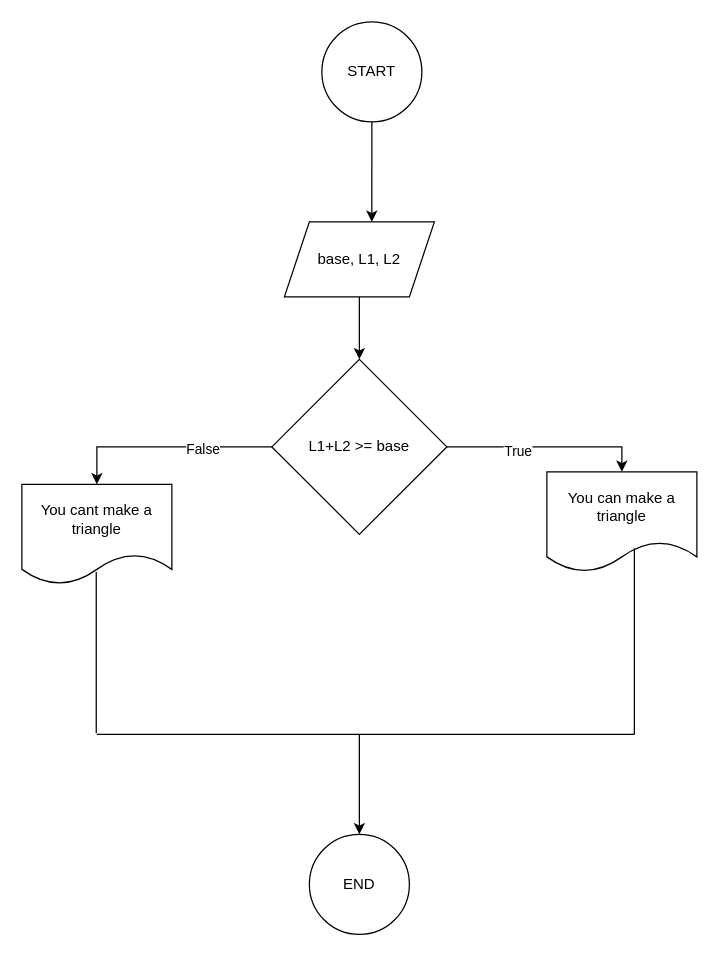
The draw.io diagram triangle.drawio in uthmanigbin/university-work, before the edit. Source tidied: cells renumbered, new cells numbered last; positions are measured from the earlier drawing's top-left corner, leaving out a move shared by most shapes. Both pictures are drawn from the tidied source at 125%, with x=0, y=0 at pixel (21, 21).
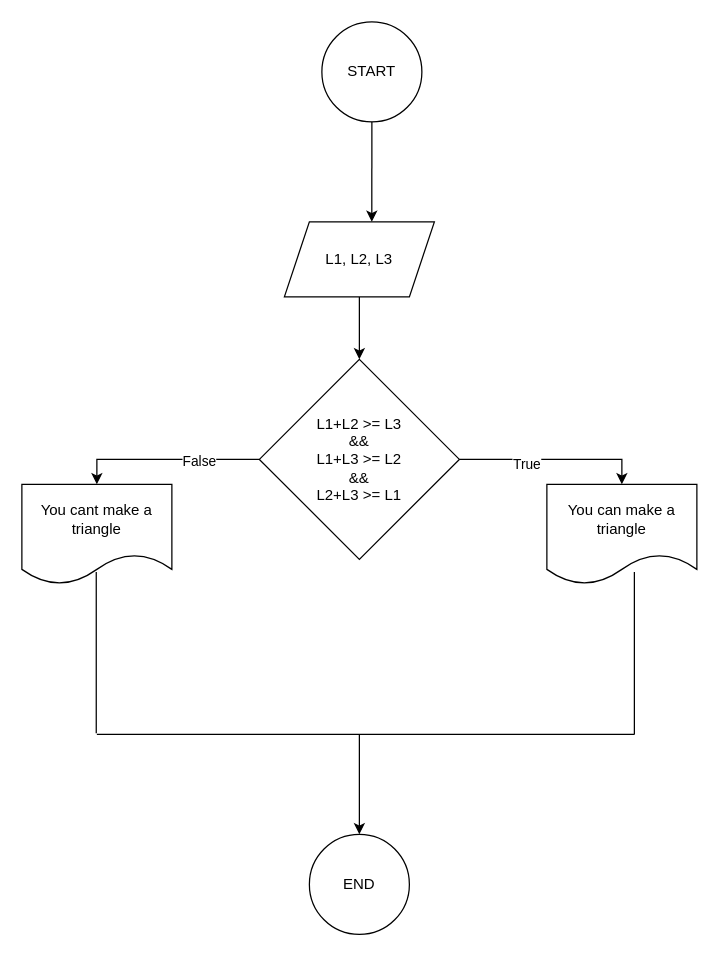
Above is the later version.

What changed in the source:
```diff
@@
-    <mxCell id="4" value="base, L1, L2" style="shape=parallelogram;perimeter=parallelogramPerimeter;whiteSpace=wrap;html=1;fixedSize=1;" parent="1" vertex="1">
+    <mxCell id="4" value="L1, L2, L3" style="shape=parallelogram;perimeter=parallelogramPerimeter;whiteSpace=wrap;html=1;fixedSize=1;" parent="1" vertex="1">
       <mxGeometry x="210" y="160" width="120" height="60" as="geometry" />
     </mxCell>
@@
-    <mxCell id="10" value="L1+L2 &amp;gt;= base" style="rhombus;whiteSpace=wrap;html=1;" parent="1" vertex="1">
-      <mxGeometry x="200" y="270" width="140" height="140" as="geometry" />
+    <mxCell id="10" value="&lt;div&gt;L1+L2 &amp;gt;= L3&lt;/div&gt;&lt;div&gt;&amp;amp;&amp;amp;&lt;/div&gt;&lt;div&gt;L1+L3 &amp;gt;= L2&lt;/div&gt;&lt;div&gt;&amp;amp;&amp;amp;&lt;/div&gt;&lt;div&gt;L2+L3 &amp;gt;= L1&lt;br&gt;&lt;/div&gt;" style="rhombus;whiteSpace=wrap;html=1;" parent="1" vertex="1">
+      <mxGeometry x="190" y="270" width="160" height="160" as="geometry" />
     </mxCell>
     <mxCell id="11" value="You can make a triangle" style="shape=document;whiteSpace=wrap;html=1;boundedLbl=1;" parent="1" vertex="1">
-      <mxGeometry x="420" y="360" width="120" height="80" as="geometry" />
+      <mxGeometry x="420" y="370" width="120" height="80" as="geometry" />
     </mxCell>
@@
-    <mxCell id="14" style="endArrow=none;html=1;rounded=0;exitX=0.492;exitY=0.888;exitDx=0;exitDy=0;exitPerimeter=0;" parent="1" edge="1">
+    <mxCell id="14" style="endArrow=none;html=1;rounded=0;" parent="1" edge="1">
       <mxGeometry relative="1" as="geometry">
-        <mxPoint x="490" y="421" as="sourcePoint" />
+        <mxPoint x="490" y="440" as="sourcePoint" />
         <mxPoint x="490" y="570" as="targetPoint" />
       </mxGeometry>
     </mxCell>
```
